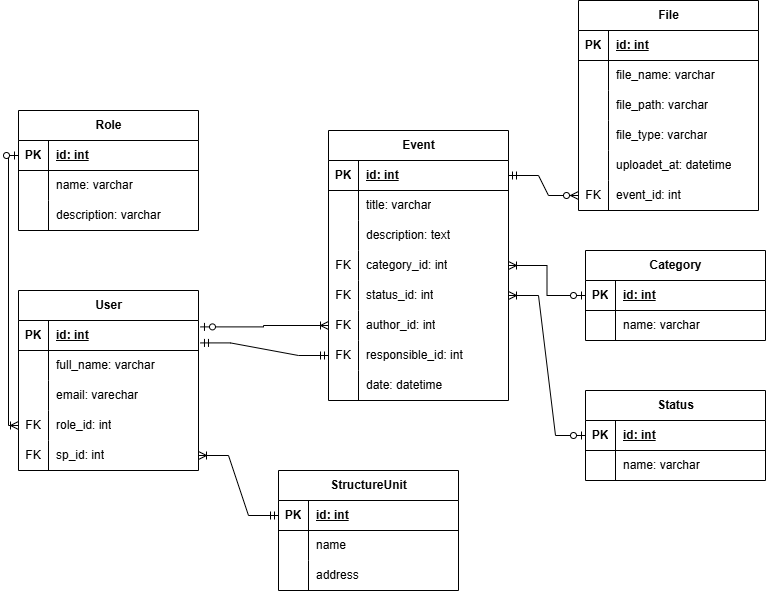
The draw.io diagram docs/images/er_diagram.png in xseniaKri/coursework_rvp, before a commit. Source tidied: cells renumbered, new cells last; positions are measured from the earlier drawing's top-left corner, leaving out a move shared by most shapes.
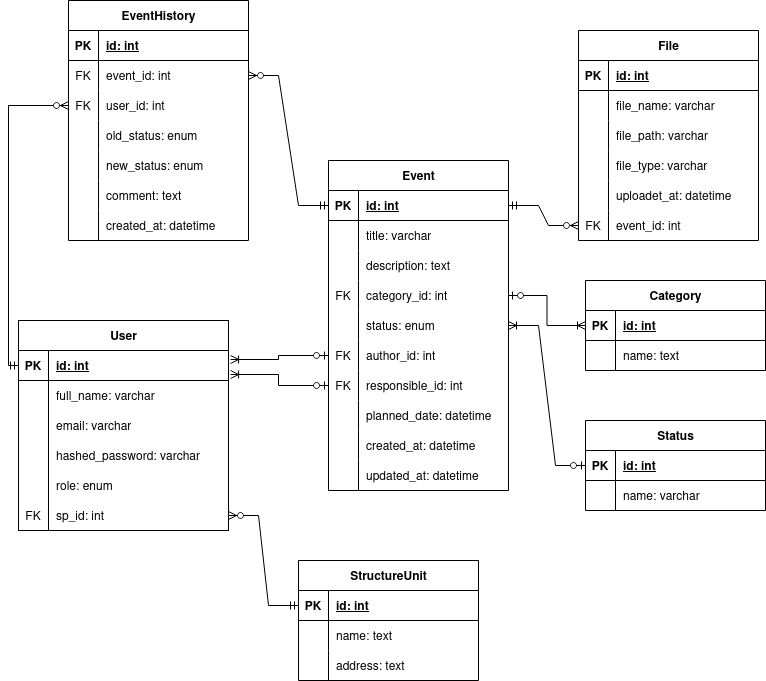
After the change.

Diff of the diagram source:
```diff
@@ -5,6 +5,6 @@
     <mxCell id="2" value="User" style="shape=table;startSize=30;rowLines=0;fontStyle=1;align=center;html=1;" parent="1" vertex="1">
-      <mxGeometry y="290" width="180" height="180" as="geometry" />
+      <mxGeometry y="290" width="210" height="210" as="geometry" />
     </mxCell>
     <mxCell id="3" style="shape=tableRow;horizontal=0;startSize=0;swimlaneHead=0;swimlaneBody=0;fillColor=none;points=[[0,0.5],[1,0.5]];portConstraint=eastwest;top=0;left=0;right=0;bottom=1;" parent="2" vertex="1">
-      <mxGeometry y="30" width="180" height="30" as="geometry" />
+      <mxGeometry y="30" width="210" height="30" as="geometry" />
     </mxCell>
@@ -14,6 +14,6 @@
     <mxCell id="5" value="id: int" style="shape=partialRectangle;fillColor=none;top=0;left=0;bottom=0;right=0;align=left;spacingLeft=6;fontStyle=5;overflow=hidden;whiteSpace=wrap;html=1;" parent="3" vertex="1">
-      <mxGeometry x="30" width="150" height="30" as="geometry" />
+      <mxGeometry x="30" width="180" height="30" as="geometry" />
     </mxCell>
     <mxCell id="6" style="shape=tableRow;horizontal=0;startSize=0;swimlaneHead=0;swimlaneBody=0;fillColor=none;top=0;left=0;right=0;bottom=0;" parent="2" vertex="1">
-      <mxGeometry y="60" width="180" height="30" as="geometry" />
+      <mxGeometry y="60" width="210" height="30" as="geometry" />
     </mxCell>
@@ -23,6 +23,6 @@
     <mxCell id="8" value="full_name: varchar" style="shape=partialRectangle;fillColor=none;top=0;left=0;bottom=0;right=0;align=left;spacingLeft=6;overflow=hidden;whiteSpace=wrap;html=1;" parent="6" vertex="1">
-      <mxGeometry x="30" width="150" height="30" as="geometry" />
+      <mxGeometry x="30" width="180" height="30" as="geometry" />
     </mxCell>
     <mxCell id="9" style="shape=tableRow;horizontal=0;startSize=0;swimlaneHead=0;swimlaneBody=0;fillColor=none;top=0;left=0;right=0;bottom=0;" parent="2" vertex="1">
-      <mxGeometry y="90" width="180" height="30" as="geometry" />
+      <mxGeometry y="90" width="210" height="30" as="geometry" />
     </mxCell>
@@ -31,16 +31,25 @@
     </mxCell>
-    <mxCell id="11" value="email: varechar" style="shape=partialRectangle;fillColor=none;top=0;left=0;bottom=0;right=0;align=left;spacingLeft=6;overflow=hidden;whiteSpace=wrap;html=1;" parent="9" vertex="1">
-      <mxGeometry x="30" width="150" height="30" as="geometry" />
+    <mxCell id="11" value="email: varchar" style="shape=partialRectangle;fillColor=none;top=0;left=0;bottom=0;right=0;align=left;spacingLeft=6;overflow=hidden;whiteSpace=wrap;html=1;" parent="9" vertex="1">
+      <mxGeometry x="30" width="180" height="30" as="geometry" />
     </mxCell>
+    <mxCell id="103" style="shape=tableRow;horizontal=0;startSize=0;swimlaneHead=0;swimlaneBody=0;fillColor=none;top=0;left=0;right=0;bottom=0;" parent="2" vertex="1">
+      <mxGeometry y="120" width="210" height="30" as="geometry" />
+    </mxCell>
+    <mxCell id="104" style="shape=partialRectangle;fillColor=none;top=0;left=0;bottom=0;right=0;overflow=hidden;whiteSpace=wrap;html=1;" parent="103" vertex="1">
+      <mxGeometry width="30" height="30" as="geometry" />
+    </mxCell>
+    <mxCell id="105" value="hashed_password: varchar" style="shape=partialRectangle;fillColor=none;top=0;left=0;bottom=0;right=0;align=left;spacingLeft=6;overflow=hidden;whiteSpace=wrap;html=1;" parent="103" vertex="1">
+      <mxGeometry x="30" width="180" height="30" as="geometry" />
+    </mxCell>
     <mxCell id="12" style="shape=tableRow;horizontal=0;startSize=0;swimlaneHead=0;swimlaneBody=0;fillColor=none;points=[[0,0.5],[1,0.5]];portConstraint=eastwest;top=0;left=0;right=0;bottom=0;" parent="2" vertex="1">
-      <mxGeometry y="120" width="180" height="30" as="geometry" />
+      <mxGeometry y="150" width="210" height="30" as="geometry" />
     </mxCell>
-    <mxCell id="13" value="FK" style="shape=partialRectangle;fillColor=none;top=0;left=0;bottom=0;right=0;overflow=hidden;whiteSpace=wrap;html=1;" parent="12" vertex="1">
+    <mxCell id="13" style="shape=partialRectangle;fillColor=none;top=0;left=0;bottom=0;right=0;overflow=hidden;whiteSpace=wrap;html=1;" parent="12" vertex="1">
       <mxGeometry width="30" height="30" as="geometry" />
     </mxCell>
-    <mxCell id="14" value="role_id: int" style="shape=partialRectangle;fillColor=none;top=0;left=0;bottom=0;right=0;align=left;spacingLeft=6;overflow=hidden;whiteSpace=wrap;html=1;" parent="12" vertex="1">
-      <mxGeometry x="30" width="150" height="30" as="geometry" />
+    <mxCell id="14" value="role: enum" style="shape=partialRectangle;fillColor=none;top=0;left=0;bottom=0;right=0;align=left;spacingLeft=6;overflow=hidden;whiteSpace=wrap;html=1;" parent="12" vertex="1">
+      <mxGeometry x="30" width="180" height="30" as="geometry" />
     </mxCell>
     <mxCell id="15" style="shape=tableRow;horizontal=0;startSize=0;swimlaneHead=0;swimlaneBody=0;fillColor=none;points=[[0,0.5],[1,0.5]];portConstraint=eastwest;top=0;left=0;right=0;bottom=0;" parent="2" vertex="1">
-      <mxGeometry y="150" width="180" height="30" as="geometry" />
+      <mxGeometry y="180" width="210" height="30" as="geometry" />
     </mxCell>
@@ -50,3 +59,3 @@
     <mxCell id="17" value="sp_id: int" style="shape=partialRectangle;fillColor=none;top=0;left=0;bottom=0;right=0;align=left;spacingLeft=6;overflow=hidden;whiteSpace=wrap;html=1;" parent="15" vertex="1">
-      <mxGeometry x="30" width="150" height="30" as="geometry" />
+      <mxGeometry x="30" width="180" height="30" as="geometry" />
     </mxCell>
@@ -70,3 +79,3 @@
     </mxCell>
-    <mxCell id="24" value="name: varchar" style="shape=partialRectangle;fillColor=none;top=0;left=0;bottom=0;right=0;align=left;spacingLeft=6;overflow=hidden;whiteSpace=wrap;html=1;" parent="22" vertex="1">
+    <mxCell id="24" value="name: text" style="shape=partialRectangle;fillColor=none;top=0;left=0;bottom=0;right=0;align=left;spacingLeft=6;overflow=hidden;whiteSpace=wrap;html=1;" parent="22" vertex="1">
       <mxGeometry x="30" width="150" height="30" as="geometry" />
@@ -152,3 +161,3 @@
     <mxCell id="51" value="Event" style="shape=table;startSize=30;rowLines=0;fontStyle=1;align=center;html=1;" parent="1" vertex="1">
-      <mxGeometry x="310" y="130" width="180" height="270" as="geometry" />
+      <mxGeometry x="310" y="130" width="180" height="330" as="geometry" />
     </mxCell>
@@ -193,6 +202,6 @@
     </mxCell>
-    <mxCell id="65" value="FK" style="shape=partialRectangle;fillColor=none;top=0;left=0;bottom=0;right=0;overflow=hidden;whiteSpace=wrap;html=1;" parent="64" vertex="1">
+    <mxCell id="65" style="shape=partialRectangle;fillColor=none;top=0;left=0;bottom=0;right=0;overflow=hidden;whiteSpace=wrap;html=1;" parent="64" vertex="1">
       <mxGeometry width="30" height="30" as="geometry" />
     </mxCell>
-    <mxCell id="66" value="status_id: int" style="shape=partialRectangle;fillColor=none;top=0;left=0;bottom=0;right=0;align=left;spacingLeft=6;overflow=hidden;whiteSpace=wrap;html=1;" parent="64" vertex="1">
+    <mxCell id="66" value="status: enum" style="shape=partialRectangle;fillColor=none;top=0;left=0;bottom=0;right=0;align=left;spacingLeft=6;overflow=hidden;whiteSpace=wrap;html=1;" parent="64" vertex="1">
       <mxGeometry x="30" width="150" height="30" as="geometry" />
@@ -223,11 +232,26 @@
     </mxCell>
-    <mxCell id="75" value="date: datetime" style="shape=partialRectangle;fillColor=none;top=0;left=0;bottom=0;right=0;align=left;spacingLeft=6;overflow=hidden;whiteSpace=wrap;html=1;" parent="73" vertex="1">
+    <mxCell id="75" value="planned_date: datetime" style="shape=partialRectangle;fillColor=none;top=0;left=0;bottom=0;right=0;align=left;spacingLeft=6;overflow=hidden;whiteSpace=wrap;html=1;" parent="73" vertex="1">
       <mxGeometry x="30" width="150" height="30" as="geometry" />
     </mxCell>
+    <mxCell id="106" style="shape=tableRow;horizontal=0;startSize=0;swimlaneHead=0;swimlaneBody=0;fillColor=none;top=0;left=0;right=0;bottom=0;" parent="51" vertex="1">
+      <mxGeometry y="270" width="180" height="30" as="geometry" />
+    </mxCell>
+    <mxCell id="107" style="shape=partialRectangle;fillColor=none;top=0;left=0;bottom=0;right=0;overflow=hidden;whiteSpace=wrap;html=1;" parent="106" vertex="1">
+      <mxGeometry width="30" height="30" as="geometry" />
+    </mxCell>
+    <mxCell id="108" value="created_at: datetime" style="shape=partialRectangle;fillColor=none;top=0;left=0;bottom=0;right=0;align=left;spacingLeft=6;overflow=hidden;whiteSpace=wrap;html=1;" parent="106" vertex="1">
+      <mxGeometry x="30" width="150" height="30" as="geometry" />
+    </mxCell>
+    <mxCell id="109" style="shape=tableRow;horizontal=0;startSize=0;swimlaneHead=0;swimlaneBody=0;fillColor=none;top=0;left=0;right=0;bottom=0;" parent="51" vertex="1">
+      <mxGeometry y="300" width="180" height="30" as="geometry" />
+    </mxCell>
+    <mxCell id="110" style="shape=partialRectangle;fillColor=none;top=0;left=0;bottom=0;right=0;overflow=hidden;whiteSpace=wrap;html=1;" parent="109" vertex="1">
+      <mxGeometry width="30" height="30" as="geometry" />
+    </mxCell>
+    <mxCell id="111" value="updated_at: datetime" style="shape=partialRectangle;fillColor=none;top=0;left=0;bottom=0;right=0;align=left;spacingLeft=6;overflow=hidden;whiteSpace=wrap;html=1;" parent="109" vertex="1">
+      <mxGeometry x="30" width="150" height="30" as="geometry" />
+    </mxCell>
-    <mxCell id="76" style="edgeStyle=orthogonalEdgeStyle;fontSize=12;html=1;endArrow=ERoneToMany;startArrow=ERzeroToOne;rounded=0;exitX=1.011;exitY=0.213;exitDx=0;exitDy=0;entryX=0;entryY=0.5;entryDx=0;entryDy=0;exitPerimeter=0;" parent="1" edge="1" source="3" target="67">
+    <mxCell id="76" style="edgeStyle=orthogonalEdgeStyle;fontSize=12;html=1;endArrow=ERoneToMany;startArrow=ERzeroToOne;rounded=0;exitX=0;exitY=0.5;exitDx=0;exitDy=0;entryX=1.01;entryY=0.3;entryDx=0;entryDy=0;entryPerimeter=0;" parent="1" edge="1" source="67" target="3">
       <mxGeometry relative="1" as="geometry" />
     </mxCell>
-    <mxCell id="77" style="edgeStyle=orthogonalEdgeStyle;fontSize=12;html=1;endArrow=ERoneToMany;startArrow=ERzeroToOne;rounded=0;entryX=1;entryY=0.5;entryDx=0;entryDy=0;exitX=0;exitY=0.5;exitDx=0;exitDy=0;" parent="1" edge="1" source="19" target="61">
-      <mxGeometry relative="1" as="geometry" />
-    </mxCell>
     <mxCell id="78" style="edgeStyle=entityRelationEdgeStyle;fontSize=12;html=1;endArrow=ERoneToMany;startArrow=ERzeroToOne;rounded=0;exitX=0;exitY=0.5;exitDx=0;exitDy=0;entryX=1;entryY=0.5;entryDx=0;entryDy=0;" parent="1" edge="1" source="26" target="64">
@@ -235,35 +259,2 @@
     </mxCell>
-    <mxCell id="79" value="Role" style="shape=table;startSize=30;rowLines=0;fontStyle=1;align=center;html=1;" parent="1" vertex="1">
-      <mxGeometry y="110" width="180" height="120" as="geometry" />
-    </mxCell>
-    <mxCell id="80" style="shape=tableRow;horizontal=0;startSize=0;swimlaneHead=0;swimlaneBody=0;fillColor=none;points=[[0,0.5],[1,0.5]];portConstraint=eastwest;top=0;left=0;right=0;bottom=1;" parent="79" vertex="1">
-      <mxGeometry y="30" width="180" height="30" as="geometry" />
-    </mxCell>
-    <mxCell id="81" value="PK" style="shape=partialRectangle;fillColor=none;top=0;left=0;bottom=0;right=0;fontStyle=1;overflow=hidden;whiteSpace=wrap;html=1;" parent="80" vertex="1">
-      <mxGeometry width="30" height="30" as="geometry" />
-    </mxCell>
-    <mxCell id="82" value="id: int" style="shape=partialRectangle;fillColor=none;top=0;left=0;bottom=0;right=0;align=left;spacingLeft=6;fontStyle=5;overflow=hidden;whiteSpace=wrap;html=1;" parent="80" vertex="1">
-      <mxGeometry x="30" width="150" height="30" as="geometry" />
-    </mxCell>
-    <mxCell id="83" style="shape=tableRow;horizontal=0;startSize=0;swimlaneHead=0;swimlaneBody=0;fillColor=none;points=[[0,0.5],[1,0.5]];portConstraint=eastwest;top=0;left=0;right=0;bottom=0;" parent="79" vertex="1">
-      <mxGeometry y="60" width="180" height="30" as="geometry" />
-    </mxCell>
-    <mxCell id="84" style="shape=partialRectangle;fillColor=none;top=0;left=0;bottom=0;right=0;overflow=hidden;whiteSpace=wrap;html=1;" parent="83" vertex="1">
-      <mxGeometry width="30" height="30" as="geometry" />
-    </mxCell>
-    <mxCell id="85" value="name: varchar" style="shape=partialRectangle;fillColor=none;top=0;left=0;bottom=0;right=0;align=left;spacingLeft=6;overflow=hidden;whiteSpace=wrap;html=1;" parent="83" vertex="1">
-      <mxGeometry x="30" width="150" height="30" as="geometry" />
-    </mxCell>
-    <mxCell id="86" style="shape=tableRow;horizontal=0;startSize=0;swimlaneHead=0;swimlaneBody=0;fillColor=none;points=[[0,0.5],[1,0.5]];portConstraint=eastwest;top=0;left=0;right=0;bottom=0;" parent="79" vertex="1">
-      <mxGeometry y="90" width="180" height="30" as="geometry" />
-    </mxCell>
-    <mxCell id="87" style="shape=partialRectangle;fillColor=none;top=0;left=0;bottom=0;right=0;overflow=hidden;whiteSpace=wrap;html=1;" parent="86" vertex="1">
-      <mxGeometry width="30" height="30" as="geometry" />
-    </mxCell>
-    <mxCell id="88" value="description: varchar" style="shape=partialRectangle;fillColor=none;top=0;left=0;bottom=0;right=0;align=left;spacingLeft=6;overflow=hidden;whiteSpace=wrap;html=1;" parent="86" vertex="1">
-      <mxGeometry x="30" width="150" height="30" as="geometry" />
-    </mxCell>
-    <mxCell id="89" style="edgeStyle=orthogonalEdgeStyle;fontSize=12;html=1;endArrow=ERoneToMany;startArrow=ERzeroToOne;rounded=0;entryX=0;entryY=0.5;entryDx=0;entryDy=0;exitX=0;exitY=0.5;exitDx=0;exitDy=0;" parent="1" edge="1" source="80" target="12">
-      <mxGeometry relative="1" as="geometry" />
-    </mxCell>
     <mxCell id="90" style="edgeStyle=entityRelationEdgeStyle;fontSize=12;html=1;endArrow=ERzeroToMany;startArrow=ERmandOne;rounded=0;exitX=1;exitY=0.5;exitDx=0;exitDy=0;entryX=0;entryY=0.5;entryDx=0;entryDy=0;" parent="1" edge="1" source="52" target="48">
@@ -271,7 +262,4 @@
     </mxCell>
-    <mxCell id="91" style="edgeStyle=entityRelationEdgeStyle;fontSize=12;html=1;endArrow=ERmandOne;startArrow=ERmandOne;rounded=0;entryX=0;entryY=0.5;entryDx=0;entryDy=0;exitX=1.011;exitY=0.747;exitDx=0;exitDy=0;exitPerimeter=0;" parent="1" edge="1" source="3" target="70">
-      <mxGeometry relative="1" as="geometry" />
-    </mxCell>
     <mxCell id="92" value="StructureUnit" style="shape=table;startSize=30;rowLines=0;fontStyle=1;align=center;html=1;" parent="1" vertex="1">
-      <mxGeometry x="260" y="470" width="180" height="120" as="geometry" />
+      <mxGeometry x="280" y="530" width="180" height="120" as="geometry" />
     </mxCell>
@@ -292,3 +280,3 @@
     </mxCell>
-    <mxCell id="98" value="name" style="shape=partialRectangle;fillColor=none;top=0;left=0;bottom=0;right=0;align=left;spacingLeft=6;overflow=hidden;whiteSpace=wrap;html=1;" parent="96" vertex="1">
+    <mxCell id="98" value="name: text" style="shape=partialRectangle;fillColor=none;top=0;left=0;bottom=0;right=0;align=left;spacingLeft=6;overflow=hidden;whiteSpace=wrap;html=1;" parent="96" vertex="1">
       <mxGeometry x="30" width="150" height="30" as="geometry" />
@@ -301,8 +289,86 @@
     </mxCell>
-    <mxCell id="101" value="address" style="shape=partialRectangle;fillColor=none;top=0;left=0;bottom=0;right=0;align=left;spacingLeft=6;overflow=hidden;whiteSpace=wrap;html=1;" parent="99" vertex="1">
+    <mxCell id="101" value="address: text" style="shape=partialRectangle;fillColor=none;top=0;left=0;bottom=0;right=0;align=left;spacingLeft=6;overflow=hidden;whiteSpace=wrap;html=1;" parent="99" vertex="1">
       <mxGeometry x="30" width="150" height="30" as="geometry" />
     </mxCell>
+    <mxCell id="112" value="EventHistory" style="shape=table;startSize=30;rowLines=0;fontStyle=1;align=center;html=1;" parent="1" vertex="1">
+      <mxGeometry x="50" y="-30" width="180" height="240" as="geometry" />
+    </mxCell>
+    <mxCell id="80" style="shape=tableRow;horizontal=0;startSize=0;swimlaneHead=0;swimlaneBody=0;fillColor=none;points=[[0,0.5],[1,0.5]];portConstraint=eastwest;top=0;left=0;right=0;bottom=1;" parent="112" vertex="1">
+      <mxGeometry y="30" width="180" height="30" as="geometry" />
+    </mxCell>
+    <mxCell id="81" value="PK" style="shape=partialRectangle;fillColor=none;top=0;left=0;bottom=0;right=0;fontStyle=1;overflow=hidden;whiteSpace=wrap;html=1;" parent="80" vertex="1">
+      <mxGeometry width="30" height="30" as="geometry" />
+    </mxCell>
+    <mxCell id="82" value="id: int" style="shape=partialRectangle;fillColor=none;top=0;left=0;bottom=0;right=0;align=left;spacingLeft=6;fontStyle=5;overflow=hidden;whiteSpace=wrap;html=1;" parent="80" vertex="1">
+      <mxGeometry x="30" width="150" height="30" as="geometry" />
+    </mxCell>
+    <mxCell id="83" style="shape=tableRow;horizontal=0;startSize=0;swimlaneHead=0;swimlaneBody=0;fillColor=none;points=[[0,0.5],[1,0.5]];portConstraint=eastwest;top=0;left=0;right=0;bottom=0;" parent="112" vertex="1">
+      <mxGeometry y="60" width="180" height="30" as="geometry" />
+    </mxCell>
+    <mxCell id="113" value="FK" style="shape=partialRectangle;fillColor=none;top=0;left=0;bottom=0;right=0;overflow=hidden;whiteSpace=wrap;html=1;" parent="83" vertex="1">
+      <mxGeometry width="30" height="30" as="geometry" />
+    </mxCell>
+    <mxCell id="114" value="event_id: int" style="shape=partialRectangle;fillColor=none;top=0;left=0;bottom=0;right=0;align=left;spacingLeft=6;overflow=hidden;whiteSpace=wrap;html=1;" parent="83" vertex="1">
+      <mxGeometry x="30" width="150" height="30" as="geometry" />
+    </mxCell>
+    <mxCell id="86" style="shape=tableRow;horizontal=0;startSize=0;swimlaneHead=0;swimlaneBody=0;fillColor=none;points=[[0,0.5],[1,0.5]];portConstraint=eastwest;top=0;left=0;right=0;bottom=0;" parent="112" vertex="1">
+      <mxGeometry y="90" width="180" height="30" as="geometry" />
+    </mxCell>
+    <mxCell id="115" value="FK" style="shape=partialRectangle;fillColor=none;top=0;left=0;bottom=0;right=0;overflow=hidden;whiteSpace=wrap;html=1;" parent="86" vertex="1">
+      <mxGeometry width="30" height="30" as="geometry" />
+    </mxCell>
+    <mxCell id="116" value="user_id: int" style="shape=partialRectangle;fillColor=none;top=0;left=0;bottom=0;right=0;align=left;spacingLeft=6;overflow=hidden;whiteSpace=wrap;html=1;" parent="86" vertex="1">
+      <mxGeometry x="30" width="150" height="30" as="geometry" />
+    </mxCell>
+    <mxCell id="117" style="shape=tableRow;horizontal=0;startSize=0;swimlaneHead=0;swimlaneBody=0;fillColor=none;top=0;left=0;right=0;bottom=0;" parent="112" vertex="1">
+      <mxGeometry y="120" width="180" height="30" as="geometry" />
+    </mxCell>
+    <mxCell id="118" style="shape=partialRectangle;fillColor=none;top=0;left=0;bottom=0;right=0;overflow=hidden;whiteSpace=wrap;html=1;" parent="117" vertex="1">
+      <mxGeometry width="30" height="30" as="geometry" />
+    </mxCell>
+    <mxCell id="119" value="old_status: enum" style="shape=partialRectangle;fillColor=none;top=0;left=0;bottom=0;right=0;align=left;spacingLeft=6;overflow=hidden;whiteSpace=wrap;html=1;" parent="117" vertex="1">
+      <mxGeometry x="30" width="150" height="30" as="geometry" />
+    </mxCell>
+    <mxCell id="120" style="shape=tableRow;horizontal=0;startSize=0;swimlaneHead=0;swimlaneBody=0;fillColor=none;top=0;left=0;right=0;bottom=0;" parent="112" vertex="1">
+      <mxGeometry y="150" width="180" height="30" as="geometry" />
+    </mxCell>
+    <mxCell id="121" style="shape=partialRectangle;fillColor=none;top=0;left=0;bottom=0;right=0;overflow=hidden;whiteSpace=wrap;html=1;" parent="120" vertex="1">
+      <mxGeometry width="30" height="30" as="geometry" />
+    </mxCell>
+    <mxCell id="122" value="new_status: enum" style="shape=partialRectangle;fillColor=none;top=0;left=0;bottom=0;right=0;align=left;spacingLeft=6;overflow=hidden;whiteSpace=wrap;html=1;" parent="120" vertex="1">
+      <mxGeometry x="30" width="150" height="30" as="geometry" />
+    </mxCell>
+    <mxCell id="123" style="shape=tableRow;horizontal=0;startSize=0;swimlaneHead=0;swimlaneBody=0;fillColor=none;top=0;left=0;right=0;bottom=0;" parent="112" vertex="1">
+      <mxGeometry y="180" width="180" height="30" as="geometry" />
+    </mxCell>
+    <mxCell id="124" style="shape=partialRectangle;fillColor=none;top=0;left=0;bottom=0;right=0;overflow=hidden;whiteSpace=wrap;html=1;" parent="123" vertex="1">
+      <mxGeometry width="30" height="30" as="geometry" />
+    </mxCell>
+    <mxCell id="125" value="&lt;div&gt;comment: text&lt;/div&gt;" style="shape=partialRectangle;fillColor=none;top=0;left=0;bottom=0;right=0;align=left;spacingLeft=6;overflow=hidden;whiteSpace=wrap;html=1;" parent="123" vertex="1">
+      <mxGeometry x="30" width="150" height="30" as="geometry" />
+    </mxCell>
+    <mxCell id="126" style="shape=tableRow;horizontal=0;startSize=0;swimlaneHead=0;swimlaneBody=0;fillColor=none;top=0;left=0;right=0;bottom=0;" parent="112" vertex="1">
+      <mxGeometry y="210" width="180" height="30" as="geometry" />
+    </mxCell>
+    <mxCell id="127" style="shape=partialRectangle;fillColor=none;top=0;left=0;bottom=0;right=0;overflow=hidden;whiteSpace=wrap;html=1;" parent="126" vertex="1">
+      <mxGeometry width="30" height="30" as="geometry" />
+    </mxCell>
+    <mxCell id="128" value="created_at: datetime" style="shape=partialRectangle;fillColor=none;top=0;left=0;bottom=0;right=0;align=left;spacingLeft=6;overflow=hidden;whiteSpace=wrap;html=1;" parent="126" vertex="1">
+      <mxGeometry x="30" width="150" height="30" as="geometry" />
+    </mxCell>
-    <mxCell id="102" style="edgeStyle=entityRelationEdgeStyle;fontSize=12;html=1;endArrow=ERoneToMany;startArrow=ERmandOne;rounded=0;entryX=1;entryY=0.5;entryDx=0;entryDy=0;exitX=0;exitY=0.5;exitDx=0;exitDy=0;" parent="1" edge="1" source="93" target="15">
+    <mxCell id="102" style="edgeStyle=entityRelationEdgeStyle;fontSize=12;html=1;endArrow=ERzeroToMany;startArrow=ERmandOne;rounded=0;entryX=1;entryY=0.5;entryDx=0;entryDy=0;exitX=0;exitY=0.5;exitDx=0;exitDy=0;" parent="1" edge="1" source="93" target="15">
       <mxGeometry relative="1" as="geometry" />
     </mxCell>
+    <mxCell id="77" style="edgeStyle=orthogonalEdgeStyle;fontSize=12;html=1;endArrow=ERoneToMany;startArrow=ERzeroToOne;rounded=0;exitX=1;exitY=0.5;exitDx=0;exitDy=0;entryX=0;entryY=0.5;entryDx=0;entryDy=0;" parent="1" edge="1" source="61" target="19">
+      <mxGeometry relative="1" as="geometry" />
+    </mxCell>
+    <mxCell id="129" style="edgeStyle=orthogonalEdgeStyle;fontSize=12;html=1;endArrow=ERoneToMany;startArrow=ERzeroToOne;rounded=0;exitX=0;exitY=0.5;exitDx=0;exitDy=0;entryX=1.01;entryY=0.8;entryDx=0;entryDy=0;entryPerimeter=0;" parent="1" edge="1" source="70" target="3">
+      <mxGeometry relative="1" as="geometry" />
+    </mxCell>
+    <mxCell id="130" style="edgeStyle=entityRelationEdgeStyle;fontSize=12;html=1;endArrow=ERzeroToMany;startArrow=ERmandOne;rounded=0;exitX=0;exitY=0.5;exitDx=0;exitDy=0;entryX=1;entryY=0.5;entryDx=0;entryDy=0;" parent="1" edge="1" source="52" target="83">
+      <mxGeometry relative="1" as="geometry" />
+    </mxCell>
+    <mxCell id="131" style="edgeStyle=orthogonalEdgeStyle;fontSize=12;html=1;endArrow=ERzeroToMany;startArrow=ERmandOne;rounded=0;entryX=0;entryY=0.5;entryDx=0;entryDy=0;exitX=0;exitY=0.5;exitDx=0;exitDy=0;" parent="1" edge="1" source="3" target="86">
+      <mxGeometry relative="1" as="geometry" />
+    </mxCell>
   </root>
```
